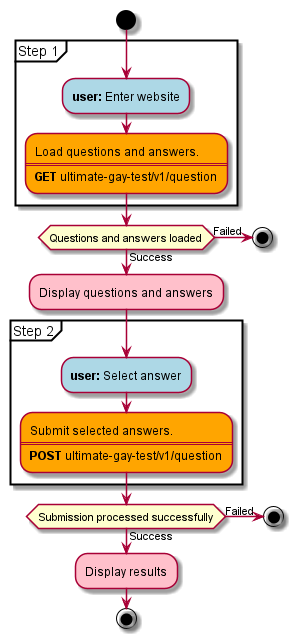
lindaring/ultimate-gay-test keeps this PlantUML diagram as src/main/docs/asciidocs/images/flowchart.png. Above is the earlier version.
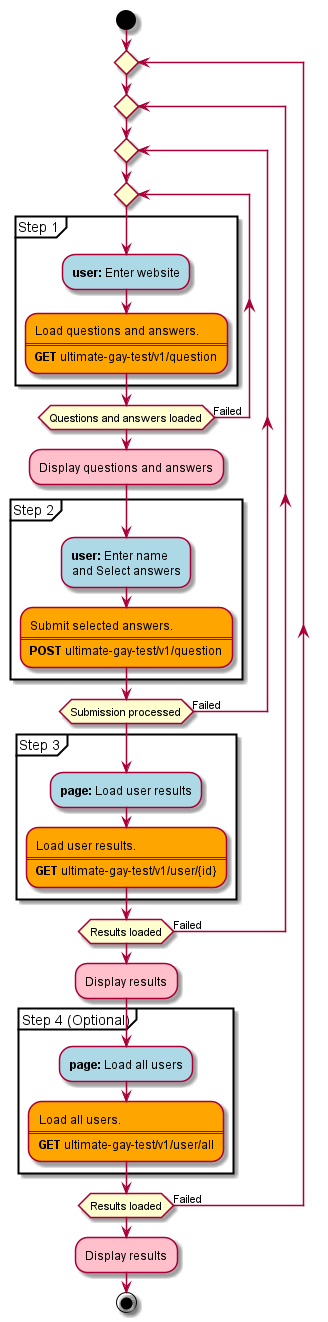
The same file after the commit.

Commit message:
Update submit answers rest

Change to the diagram source:
```diff
@@ -1,41 +1,61 @@
 @startuml
 start
 
-    partition "Step 1" {
+    repeat
+        repeat
+            repeat
+                repeat
+                    partition "Step 1" {
 
-        #lightblue:**user:** Enter website;
+                        #lightblue:**user:** Enter website;
 
-        #orange:Load questions and answers.
-        ====
-        **GET** ultimate-gay-test/v1/question;
+                        #orange:Load questions and answers.
+                        ====
+                        **GET** ultimate-gay-test/v1/question;
 
-    }
+                    }
+                repeat while (Questions and answers loaded) is (Failed)
 
-    if (Questions and answers loaded) then (Success)
+                #pink:Display questions and answers;
 
-        #pink:Display questions and answers;
+                partition "Step 2" {
 
-        partition "Step 2" {
+                    #lightblue:**user:** Enter name\nand Select answers;
 
-            #lightblue:**user:** Select answer;
+                    #orange:Submit selected answers.
+                    ====
+                    **POST** ultimate-gay-test/v1/question;
 
-            #orange:Submit selected answers.
+                }
+
+            repeat while (Submission processed) is (Failed)
+
+            partition "Step 3" {
+
+                #lightblue:**page:** Load user results;
+
+                #orange:Load user results.
+                ====
+                **GET** ultimate-gay-test/v1/user/{id};
+            }
+
+        repeat while (Results loaded) is (Failed)
+
+        #pink:Display results;
+
+        partition "Step 4 (Optional)" {
+
+            #lightblue:**page:** Load all users;
+
+            #orange:Load all users.
             ====
-            **POST** ultimate-gay-test/v1/question;
-
+            **GET** ultimate-gay-test/v1/user/all;
         }
 
-        if (Submission processed successfully) then (Success)
+    repeat while (Results loaded) is (Failed)
 
-            #pink:Display results;
+    #pink:Display results;
 
-        else (Failed)
-            stop
-        endif
-
-    else (Failed)
-        stop
-    endif
 
 stop
 @enduml
```
